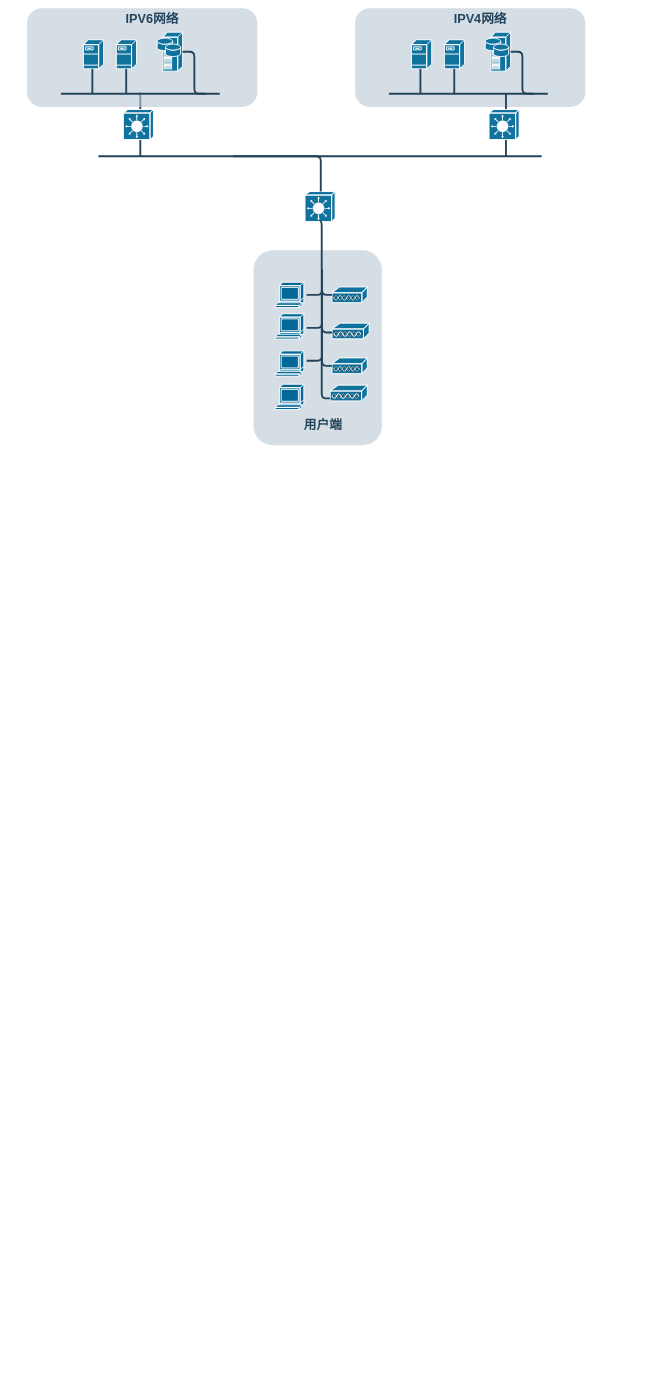
This is 天津网络topo.drawio from MaskJS/draw.io, a draw.io file, before an edit. Source tidied: cells renumbered, new cells numbered last; positions are measured from the earlier drawing's top-left corner, leaving out a move shared by most shapes. Both pictures are drawn from the tidied source at 47%, with x=0, y=0 at pixel (27, 8).
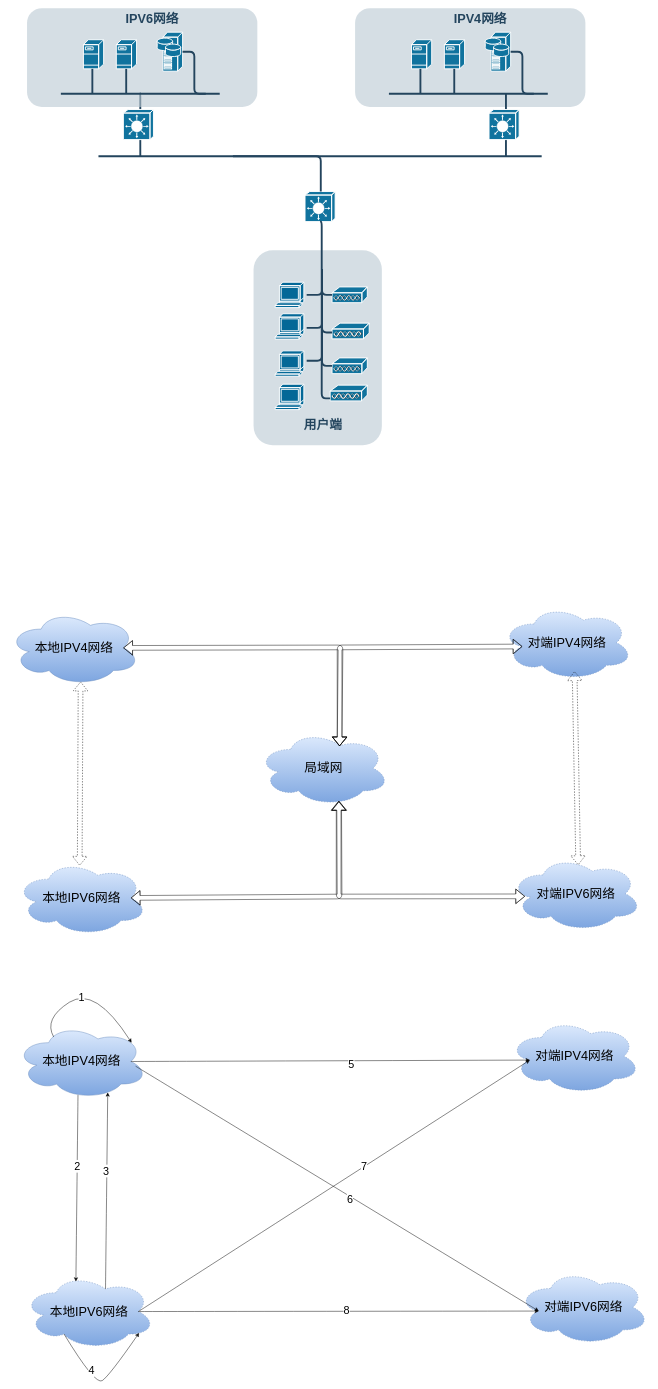
After the change.

Commit message:
更新天津网络topo.drawio

The edit, as a diff of the source:
```diff
@@
-    <mxCell id="32" style="rounded=1;whiteSpace=wrap;html=1;strokeColor=none;fillColor=#BAC8D3;fontSize=24;fontColor=#23445D;align=center;opacity=60;" parent="1" vertex="1">
+    <mxCell id="32" style="rounded=1;whiteSpace=wrap;html=1;strokeColor=none;fillColor=#BAC8D3;fontSize=24;fontColor=#23445D;align=center;opacity=60;dashed=1;" parent="1" vertex="1">
       <mxGeometry width="490" height="210" as="geometry" />
     </mxCell>
@@
+    <mxCell id="47" value="局域网" style="ellipse;shape=cloud;whiteSpace=wrap;html=1;dashed=1;strokeWidth=1;fontSize=27;fillColor=#dae8fc;strokeColor=#6c8ebf;gradientColor=#7ea6e0;" parent="1" vertex="1">
+      <mxGeometry x="491" y="1537" width="280" height="160" as="geometry" />
+    </mxCell>
+    <mxCell id="48" value="&lt;span style=&quot;color: rgb(0, 0, 0);&quot;&gt;本地IPV4网络&lt;/span&gt;" style="ellipse;shape=cloud;whiteSpace=wrap;html=1;strokeWidth=1;fontSize=27;fillColor=#dae8fc;strokeColor=#6c8ebf;gradientColor=#7ea6e0;" parent="1" vertex="1">
+      <mxGeometry x="-40" y="1281" width="280" height="160" as="geometry" />
+    </mxCell>
+    <mxCell id="49" value="&lt;span style=&quot;color: rgb(0, 0, 0);&quot;&gt;本地IPV6网络&lt;/span&gt;" style="ellipse;shape=cloud;whiteSpace=wrap;html=1;dashed=1;strokeWidth=1;fontSize=27;fillColor=#dae8fc;strokeColor=#6c8ebf;gradientColor=#7ea6e0;" parent="1" vertex="1">
+      <mxGeometry x="-24" y="1813" width="280" height="160" as="geometry" />
+    </mxCell>
+    <mxCell id="50" value="&lt;span style=&quot;color: rgb(0, 0, 0);&quot;&gt;对端IPV4网络&lt;/span&gt;" style="ellipse;shape=cloud;whiteSpace=wrap;html=1;dashed=1;strokeWidth=1;fontSize=27;fillColor=#dae8fc;strokeColor=#6c8ebf;gradientColor=#7ea6e0;" parent="1" vertex="1">
+      <mxGeometry x="1009" y="1270" width="280" height="160" as="geometry" />
+    </mxCell>
+    <mxCell id="51" value="&lt;span style=&quot;color: rgb(0, 0, 0);&quot;&gt;对端IPV6网络&lt;/span&gt;" style="ellipse;shape=cloud;whiteSpace=wrap;html=1;dashed=1;strokeWidth=1;fontSize=27;fillColor=#dae8fc;strokeColor=#6c8ebf;gradientColor=#7ea6e0;" parent="1" vertex="1">
+      <mxGeometry x="1028" y="1804" width="280" height="160" as="geometry" />
+    </mxCell>
+    <mxCell id="52" style="shape=flexArrow;endArrow=classic;startArrow=classic;html=1;fontSize=23;sourcePerimeterSpacing=12;targetPerimeterSpacing=12;curved=1;jumpSize=26;exitX=0.486;exitY=0.069;exitDx=0;exitDy=0;exitPerimeter=0;entryX=0.55;entryY=0.95;entryDx=0;entryDy=0;entryPerimeter=0;dashed=1;" parent="1" edge="1" source="49" target="48">
+      <mxGeometry relative="1" as="geometry" />
+    </mxCell>
+    <mxCell id="53" style="shape=flexArrow;endArrow=classic;startArrow=classic;html=1;fontSize=23;sourcePerimeterSpacing=12;targetPerimeterSpacing=12;curved=1;jumpSize=26;exitX=0.517;exitY=0.117;exitDx=0;exitDy=0;exitPerimeter=0;entryX=0.55;entryY=0.95;entryDx=0;entryDy=0;entryPerimeter=0;dashed=1;" parent="1" edge="1" source="51">
+      <mxGeometry relative="1" as="geometry">
+        <mxPoint x="1165" y="1411" as="targetPoint" />
+      </mxGeometry>
+    </mxCell>
+    <mxCell id="54" style="shape=flexArrow;endArrow=classic;startArrow=classic;html=1;fontSize=23;sourcePerimeterSpacing=12;targetPerimeterSpacing=12;curved=1;jumpSize=26;exitX=0.875;exitY=0.5;exitDx=0;exitDy=0;exitPerimeter=0;" parent="1" edge="1" source="48">
+      <mxGeometry relative="1" as="geometry">
+        <mxPoint x="665" y="1570" as="targetPoint" />
+        <Array as="points">
+          <mxPoint x="667" y="1360" />
+        </Array>
+      </mxGeometry>
+    </mxCell>
+    <mxCell id="55" style="shape=flexArrow;endArrow=classic;startArrow=classic;html=1;fontSize=23;sourcePerimeterSpacing=12;targetPerimeterSpacing=12;curved=1;jumpSize=26;entryX=0.16;entryY=0.55;entryDx=0;entryDy=0;entryPerimeter=0;" parent="1" edge="1" target="50">
+      <mxGeometry relative="1" as="geometry">
+        <mxPoint x="665" y="1570" as="sourcePoint" />
+        <Array as="points">
+          <mxPoint x="665" y="1360" />
+        </Array>
+      </mxGeometry>
+    </mxCell>
+    <mxCell id="56" style="shape=flexArrow;endArrow=classic;startArrow=classic;html=1;fontSize=23;sourcePerimeterSpacing=12;targetPerimeterSpacing=12;curved=1;jumpSize=26;entryX=0.618;entryY=0.938;entryDx=0;entryDy=0;entryPerimeter=0;exitX=0.875;exitY=0.5;exitDx=0;exitDy=0;exitPerimeter=0;" parent="1" edge="1" source="49" target="47">
+      <mxGeometry relative="1" as="geometry">
+        <Array as="points">
+          <mxPoint x="665" y="1890" />
+        </Array>
+      </mxGeometry>
+    </mxCell>
+    <mxCell id="57" style="shape=flexArrow;endArrow=classic;startArrow=classic;html=1;fontSize=23;sourcePerimeterSpacing=12;targetPerimeterSpacing=12;curved=1;jumpSize=26;entryX=0.112;entryY=0.535;entryDx=0;entryDy=0;entryPerimeter=0;" parent="1" edge="1" target="51">
+      <mxGeometry relative="1" as="geometry">
+        <mxPoint x="663" y="1687" as="sourcePoint" />
+        <Array as="points">
+          <mxPoint x="663" y="1890" />
+        </Array>
+      </mxGeometry>
+    </mxCell>
+    <mxCell id="58" value="&lt;span style=&quot;color: rgb(0, 0, 0);&quot;&gt;本地IPV4网络&lt;/span&gt;" style="ellipse;shape=cloud;whiteSpace=wrap;html=1;strokeWidth=1;fontSize=27;fillColor=#dae8fc;strokeColor=#6c8ebf;gradientColor=#7ea6e0;" parent="1" vertex="1">
+      <mxGeometry x="-24" y="2161" width="280" height="160" as="geometry" />
+    </mxCell>
+    <mxCell id="59" value="&lt;span style=&quot;color: rgb(0, 0, 0);&quot;&gt;本地IPV6网络&lt;/span&gt;" style="ellipse;shape=cloud;whiteSpace=wrap;html=1;dashed=1;strokeWidth=1;fontSize=27;fillColor=#dae8fc;strokeColor=#6c8ebf;gradientColor=#7ea6e0;" parent="1" vertex="1">
+      <mxGeometry x="-8" y="2693" width="280" height="160" as="geometry" />
+    </mxCell>
+    <mxCell id="60" value="&lt;span style=&quot;color: rgb(0, 0, 0);&quot;&gt;对端IPV4网络&lt;/span&gt;" style="ellipse;shape=cloud;whiteSpace=wrap;html=1;dashed=1;strokeWidth=1;fontSize=27;fillColor=#dae8fc;strokeColor=#6c8ebf;gradientColor=#7ea6e0;" parent="1" vertex="1">
+      <mxGeometry x="1025" y="2150" width="280" height="160" as="geometry" />
+    </mxCell>
+    <mxCell id="61" value="&lt;span style=&quot;color: rgb(0, 0, 0);&quot;&gt;对端IPV6网络&lt;/span&gt;" style="ellipse;shape=cloud;whiteSpace=wrap;html=1;dashed=1;strokeWidth=1;fontSize=27;fillColor=#dae8fc;strokeColor=#6c8ebf;gradientColor=#7ea6e0;" parent="1" vertex="1">
+      <mxGeometry x="1044" y="2684" width="280" height="160" as="geometry" />
+    </mxCell>
+    <mxCell id="62" style="endArrow=classic;html=1;fontSize=23;sourcePerimeterSpacing=12;targetPerimeterSpacing=12;curved=1;jumpSize=26;exitX=0.875;exitY=0.5;exitDx=0;exitDy=0;exitPerimeter=0;entryX=0.16;entryY=0.55;entryDx=0;entryDy=0;entryPerimeter=0;" parent="1" edge="1" source="58" target="60">
+      <mxGeometry relative="1" as="geometry" />
+    </mxCell>
+    <mxCell id="63" value="5" style="edgeLabel;html=1;align=center;verticalAlign=middle;fontSize=23;" parent="62" vertex="1">
+      <mxGeometry x="0.1" y="-8" relative="1" as="geometry">
+        <mxPoint x="1" as="offset" />
+      </mxGeometry>
+    </mxCell>
+    <mxCell id="64" style="endArrow=classic;html=1;fontSize=23;sourcePerimeterSpacing=12;targetPerimeterSpacing=12;curved=1;jumpSize=26;exitX=0.875;exitY=0.5;exitDx=0;exitDy=0;exitPerimeter=0;entryX=0.16;entryY=0.55;entryDx=0;entryDy=0;entryPerimeter=0;" parent="1" edge="1" target="61">
+      <mxGeometry relative="1" as="geometry">
+        <mxPoint x="231" y="2251" as="sourcePoint" />
+      </mxGeometry>
+    </mxCell>
+    <mxCell id="65" value="6" style="edgeLabel;html=1;align=center;verticalAlign=middle;fontSize=23;" parent="64" vertex="1">
+      <mxGeometry x="0.07" y="-6" relative="1" as="geometry" />
+    </mxCell>
+    <mxCell id="66" style="endArrow=classic;html=1;fontSize=23;sourcePerimeterSpacing=12;targetPerimeterSpacing=12;curved=1;jumpSize=26;exitX=0.473;exitY=0.944;exitDx=0;exitDy=0;exitPerimeter=0;entryX=0.4;entryY=0.1;entryDx=0;entryDy=0;entryPerimeter=0;" parent="1" edge="1" source="58" target="59">
+      <mxGeometry relative="1" as="geometry" />
+    </mxCell>
+    <mxCell id="67" value="2" style="edgeLabel;html=1;align=center;verticalAlign=middle;fontSize=23;" parent="66" vertex="1">
+      <mxGeometry x="-0.24" relative="1" as="geometry" />
+    </mxCell>
+    <mxCell id="68" style="curved=1;endArrow=classic;html=1;fontSize=23;sourcePerimeterSpacing=12;targetPerimeterSpacing=12;jumpSize=26;exitX=0.288;exitY=0.173;exitDx=0;exitDy=0;exitPerimeter=0;entryX=0.88;entryY=0.25;entryDx=0;entryDy=0;entryPerimeter=0;" parent="1" edge="1" source="58" target="58">
+      <mxGeometry relative="1" as="geometry">
+        <Array as="points">
+          <mxPoint x="35" y="2150" />
+          <mxPoint x="145" y="2080" />
+        </Array>
+      </mxGeometry>
+    </mxCell>
+    <mxCell id="69" value="1" style="edgeLabel;html=1;align=center;verticalAlign=middle;fontSize=23;" parent="68" vertex="1">
+      <mxGeometry x="-0.14" y="-4" relative="1" as="geometry" />
+    </mxCell>
+    <mxCell id="70" style="endArrow=classic;html=1;fontSize=23;sourcePerimeterSpacing=12;targetPerimeterSpacing=12;curved=1;jumpSize=26;exitX=0.625;exitY=0.2;exitDx=0;exitDy=0;exitPerimeter=0;entryX=0.699;entryY=0.912;entryDx=0;entryDy=0;entryPerimeter=0;" parent="1" edge="1" source="59" target="58">
+      <mxGeometry relative="1" as="geometry" />
+    </mxCell>
+    <mxCell id="71" value="3" style="edgeLabel;html=1;align=center;verticalAlign=middle;fontSize=23;" parent="70" vertex="1">
+      <mxGeometry x="0.2" y="2" relative="1" as="geometry" />
+    </mxCell>
+    <mxCell id="72" style="curved=1;endArrow=classic;html=1;fontSize=23;sourcePerimeterSpacing=12;targetPerimeterSpacing=12;jumpSize=26;exitX=0.31;exitY=0.8;exitDx=0;exitDy=0;exitPerimeter=0;entryX=0.88;entryY=0.785;entryDx=0;entryDy=0;entryPerimeter=0;" parent="1" edge="1" source="59" target="59">
+      <mxGeometry relative="1" as="geometry">
+        <Array as="points">
+          <mxPoint x="145" y="2930" />
+          <mxPoint x="175" y="2910" />
+        </Array>
+      </mxGeometry>
+    </mxCell>
+    <mxCell id="73" value="4" style="edgeLabel;html=1;align=center;verticalAlign=middle;fontSize=23;" parent="72" vertex="1">
+      <mxGeometry x="-0.3" y="9" relative="1" as="geometry" />
+    </mxCell>
+    <mxCell id="74" style="endArrow=classic;html=1;fontSize=23;sourcePerimeterSpacing=12;targetPerimeterSpacing=12;curved=1;jumpSize=26;exitX=0.875;exitY=0.5;exitDx=0;exitDy=0;exitPerimeter=0;entryX=0.16;entryY=0.55;entryDx=0;entryDy=0;entryPerimeter=0;" parent="1" edge="1" source="59" target="60">
+      <mxGeometry relative="1" as="geometry" />
+    </mxCell>
+    <mxCell id="75" value="7" style="edgeLabel;html=1;align=center;verticalAlign=middle;fontSize=23;" parent="74" vertex="1">
+      <mxGeometry x="0.15" y="1" relative="1" as="geometry">
+        <mxPoint x="1" y="-1" as="offset" />
+      </mxGeometry>
+    </mxCell>
+    <mxCell id="76" style="endArrow=classic;html=1;fontSize=23;sourcePerimeterSpacing=12;targetPerimeterSpacing=12;curved=1;jumpSize=26;exitX=0.875;exitY=0.5;exitDx=0;exitDy=0;exitPerimeter=0;entryX=0.16;entryY=0.55;entryDx=0;entryDy=0;entryPerimeter=0;" parent="1" edge="1" source="59" target="61">
+      <mxGeometry relative="1" as="geometry" />
+    </mxCell>
+    <mxCell id="77" value="8" style="edgeLabel;html=1;align=center;verticalAlign=middle;fontSize=23;" parent="76" vertex="1">
+      <mxGeometry x="0.04" y="2" relative="1" as="geometry" />
+    </mxCell>
```
